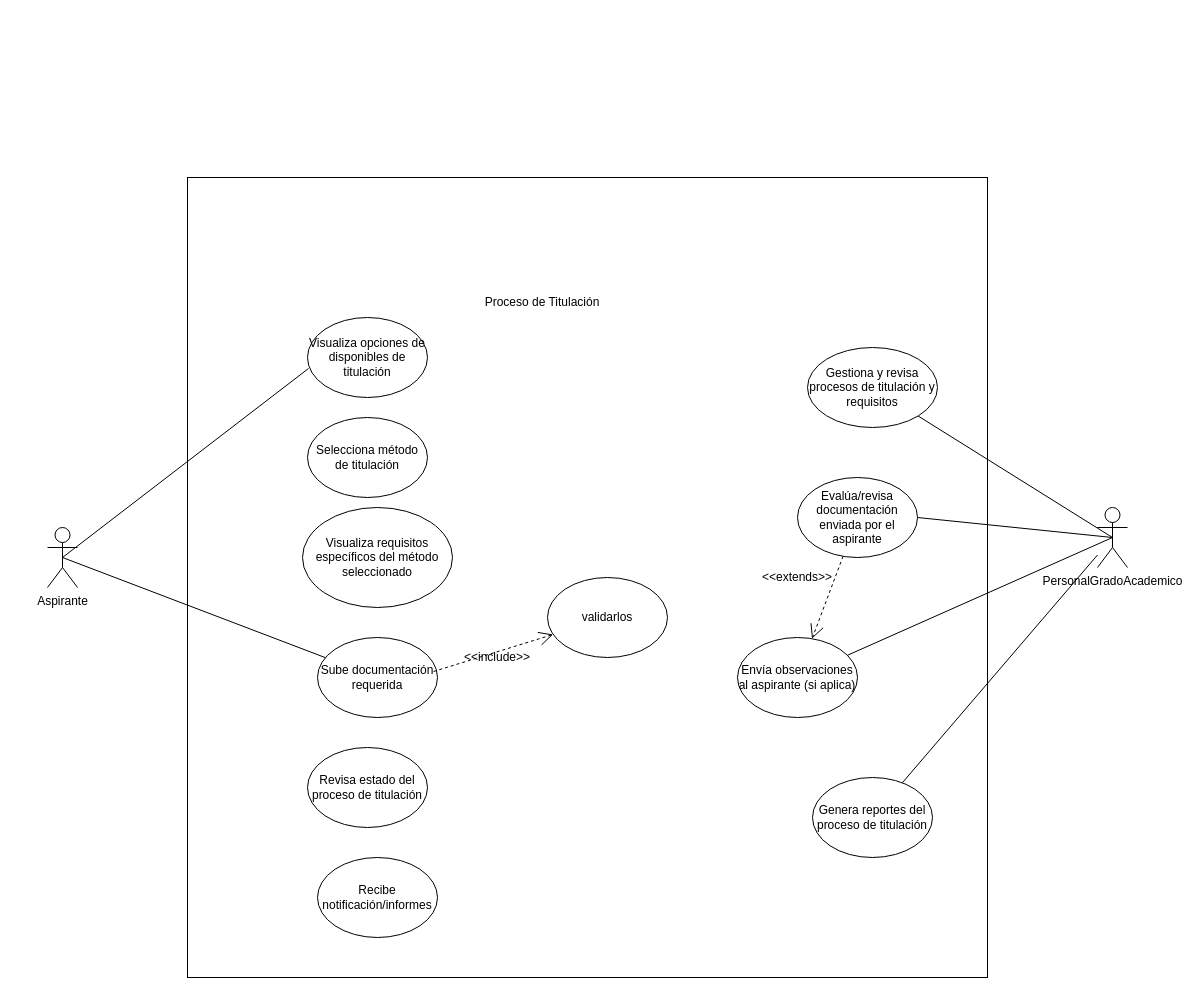
The draw.io diagram caso_uso_titulate.drawio in DrAtl30/potro_titulate, before the edit. Source tidied: cells renumbered, new cells numbered last; positions are measured from the earlier drawing's top-left corner, leaving out a move shared by most shapes. Both pictures are drawn from the tidied source at 100%, with x=0, y=0 at pixel (47, 177).
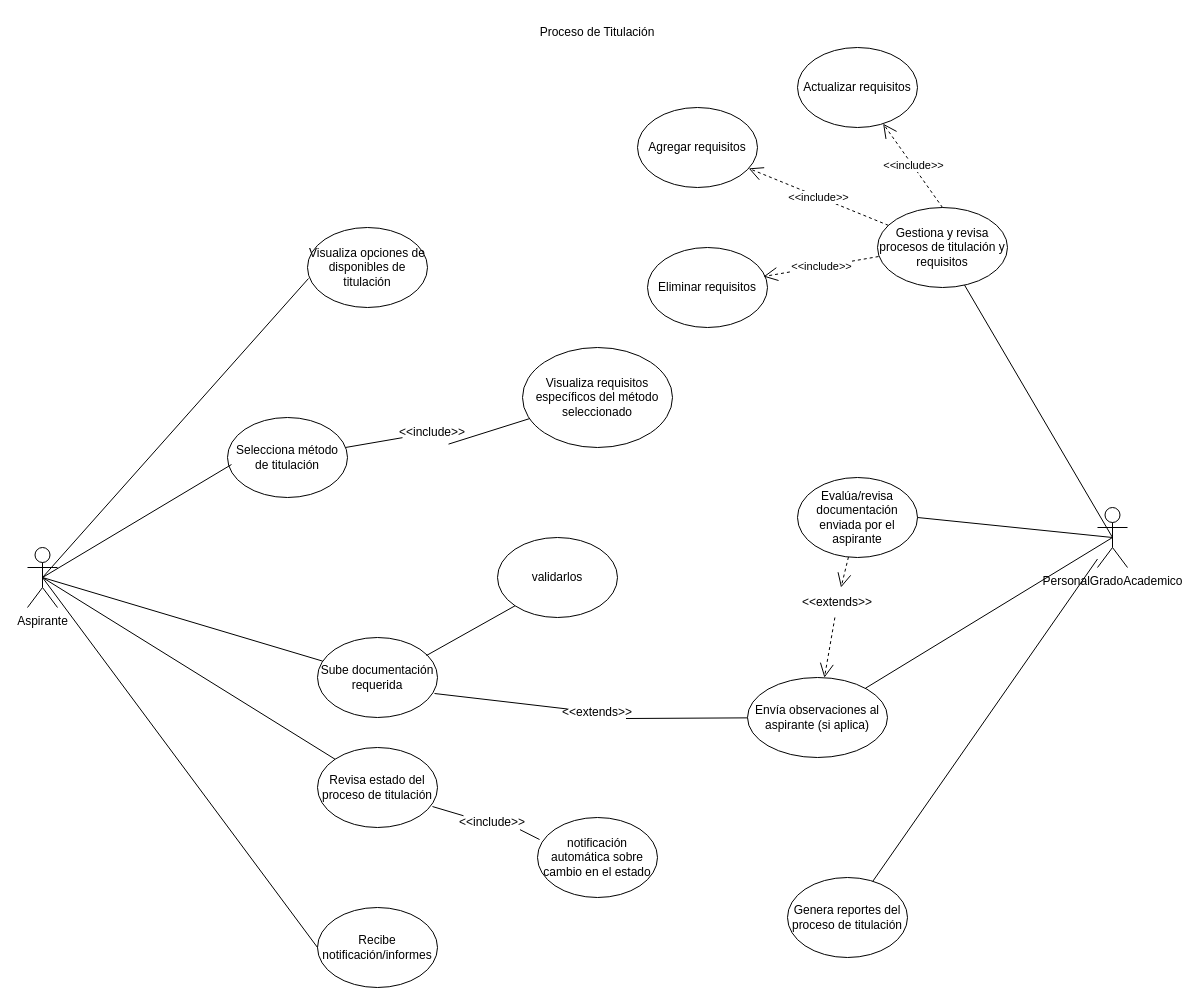
The same page after the edit.

The change refers to these unchanged cells:
```xml
<mxCell id="6" value="Sube documentación requerida" style="ellipse;whiteSpace=wrap;html=1;" parent="1" vertex="1">
  <mxGeometry x="270" y="460" width="120" height="80" as="geometry" />
</mxCell>
<mxCell id="7" value="Evalúa/revisa documentación enviada por el aspirante" style="ellipse;whiteSpace=wrap;html=1;" parent="1" vertex="1">
  <mxGeometry x="750" y="300" width="120" height="80" as="geometry" />
</mxCell>
```

The edit, as a diff of the source:
```diff
@@
     <mxCell id="2" value="Aspirante" style="shape=umlActor;verticalLabelPosition=bottom;verticalAlign=top;html=1;outlineConnect=0;" parent="1" vertex="1">
-      <mxGeometry y="350" width="30" height="60" as="geometry" />
+      <mxGeometry x="-20" y="370" width="30" height="60" as="geometry" />
     </mxCell>
@@
-    <mxCell id="4" style="whiteSpace=wrap;html=1;" parent="1" vertex="1">
-      <mxGeometry x="140" width="800" height="800" as="geometry" />
-    </mxCell>
     <mxCell id="5" value="validarlos" style="ellipse;whiteSpace=wrap;html=1;" parent="1" vertex="1">
-      <mxGeometry x="500" y="400" width="120" height="80" as="geometry" />
+      <mxGeometry x="450" y="360" width="120" height="80" as="geometry" />
     </mxCell>
@@
     <mxCell id="8" value="Gestiona y revisa procesos de titulación y requisitos" style="ellipse;whiteSpace=wrap;html=1;" parent="1" vertex="1">
-      <mxGeometry x="760" y="170" width="130" height="80" as="geometry" />
+      <mxGeometry x="830" y="30" width="130" height="80" as="geometry" />
     </mxCell>
     <mxCell id="9" value="Visualiza opciones de disponibles de titulación" style="ellipse;whiteSpace=wrap;html=1;" parent="1" vertex="1">
-      <mxGeometry x="260" y="140" width="120" height="80" as="geometry" />
+      <mxGeometry x="260" y="50" width="120" height="80" as="geometry" />
     </mxCell>
     <mxCell id="10" value="Selecciona método de titulación" style="ellipse;whiteSpace=wrap;html=1;" parent="1" vertex="1">
-      <mxGeometry x="260" y="240" width="120" height="80" as="geometry" />
+      <mxGeometry x="180" y="240" width="120" height="80" as="geometry" />
     </mxCell>
     <mxCell id="11" value="Visualiza requisitos específicos del método seleccionado" style="ellipse;whiteSpace=wrap;html=1;" parent="1" vertex="1">
-      <mxGeometry x="255" y="330" width="150" height="100" as="geometry" />
+      <mxGeometry x="475" y="170" width="150" height="100" as="geometry" />
     </mxCell>
     <mxCell id="12" value="Revisa estado del proceso de titulación" style="ellipse;whiteSpace=wrap;html=1;" parent="1" vertex="1">
-      <mxGeometry x="260" y="570" width="120" height="80" as="geometry" />
+      <mxGeometry x="270" y="570" width="120" height="80" as="geometry" />
     </mxCell>
     <mxCell id="13" value="Recibe notificación/informes" style="ellipse;whiteSpace=wrap;html=1;" parent="1" vertex="1">
-      <mxGeometry x="270" y="680" width="120" height="80" as="geometry" />
+      <mxGeometry x="270" y="730" width="120" height="80" as="geometry" />
     </mxCell>
     <mxCell id="14" value="Envía observaciones al aspirante (si aplica)" style="ellipse;whiteSpace=wrap;html=1;" parent="1" vertex="1">
-      <mxGeometry x="690" y="460" width="120" height="80" as="geometry" />
+      <mxGeometry x="700" y="500" width="140" height="80" as="geometry" />
     </mxCell>
     <mxCell id="15" value="Genera reportes del proceso de titulación" style="ellipse;whiteSpace=wrap;html=1;" parent="1" vertex="1">
-      <mxGeometry x="765" y="600" width="120" height="80" as="geometry" />
+      <mxGeometry x="740" y="700" width="120" height="80" as="geometry" />
     </mxCell>
     <mxCell id="16" value="Proceso de Titulación" style="text;html=1;align=center;verticalAlign=middle;whiteSpace=wrap;rounded=0;" parent="1" vertex="1">
-      <mxGeometry x="420" y="110" width="150" height="30" as="geometry" />
+      <mxGeometry x="475" y="-160" width="150" height="30" as="geometry" />
     </mxCell>
@@
-    <mxCell id="18" style="endArrow=open;endSize=12;dashed=1;html=1;rounded=0;exitX=0.967;exitY=0.425;exitDx=0;exitDy=0;exitPerimeter=0;" parent="1" edge="1" source="6" target="5">
-      <mxGeometry relative="1" as="geometry" />
-    </mxCell>
-    <mxCell id="19" value="&amp;lt;&amp;lt;include&amp;gt;&amp;gt;" style="text;html=1;align=center;verticalAlign=middle;whiteSpace=wrap;rounded=0;" parent="1" vertex="1">
-      <mxGeometry x="420" y="465" width="60" height="30" as="geometry" />
-    </mxCell>
@@
-    <mxCell id="21" style="endArrow=open;endSize=12;dashed=1;html=1;rounded=0;" parent="1" edge="1" source="7" target="14">
+    <mxCell id="21" style="endArrow=open;endSize=12;dashed=1;html=1;rounded=0;" parent="1" edge="1" source="22" target="14">
       <mxGeometry relative="1" as="geometry" />
     </mxCell>
-    <mxCell id="22" value="&amp;lt;&amp;lt;extends&amp;gt;&amp;gt;" style="text;html=1;align=center;verticalAlign=middle;whiteSpace=wrap;rounded=0;" parent="1" vertex="1">
-      <mxGeometry x="720" y="385" width="60" height="30" as="geometry" />
-    </mxCell>
@@
+    <mxCell id="27" style="endArrow=none;html=1;rounded=0;entryX=0.033;entryY=0.588;entryDx=0;entryDy=0;entryPerimeter=0;exitX=0.5;exitY=0.5;exitDx=0;exitDy=0;exitPerimeter=0;" parent="1" edge="1" source="2" target="10">
+      <mxGeometry relative="1" as="geometry" />
+    </mxCell>
+    <mxCell id="28" style="endArrow=none;html=1;rounded=0;entryX=0;entryY=0;entryDx=0;entryDy=0;exitX=0.5;exitY=0.5;exitDx=0;exitDy=0;exitPerimeter=0;" parent="1" edge="1" source="2" target="12">
+      <mxGeometry relative="1" as="geometry" />
+    </mxCell>
+    <mxCell id="29" style="endArrow=none;html=1;rounded=0;entryX=0;entryY=0.5;entryDx=0;entryDy=0;exitX=0.5;exitY=0.5;exitDx=0;exitDy=0;exitPerimeter=0;" parent="1" edge="1" source="2" target="13">
+      <mxGeometry relative="1" as="geometry" />
+    </mxCell>
+    <mxCell id="30" style="endArrow=none;html=1;rounded=0;" parent="1" edge="1" source="36" target="10">
+      <mxGeometry relative="1" as="geometry" />
+    </mxCell>
+    <mxCell id="31" style="endArrow=none;html=1;rounded=0;exitX=0.975;exitY=0.7;exitDx=0;exitDy=0;exitPerimeter=0;" parent="1" edge="1" source="33" target="14">
+      <mxGeometry relative="1" as="geometry" />
+    </mxCell>
+    <mxCell id="32" style="endArrow=none;html=1;rounded=0;exitX=0.975;exitY=0.7;exitDx=0;exitDy=0;exitPerimeter=0;" parent="1" edge="1" source="6" target="33">
+      <mxGeometry relative="1" as="geometry" />
+    </mxCell>
+    <mxCell id="33" value="&amp;lt;&amp;lt;extends&amp;gt;&amp;gt;" style="text;html=1;align=center;verticalAlign=middle;whiteSpace=wrap;rounded=0;" parent="1" vertex="1">
+      <mxGeometry x="520" y="520" width="60" height="30" as="geometry" />
+    </mxCell>
+    <mxCell id="34" style="endArrow=open;endSize=12;dashed=1;html=1;rounded=0;" parent="1" edge="1" source="7" target="22">
+      <mxGeometry relative="1" as="geometry" />
+    </mxCell>
+    <mxCell id="22" value="&amp;lt;&amp;lt;extends&amp;gt;&amp;gt;" style="text;html=1;align=center;verticalAlign=middle;whiteSpace=wrap;rounded=0;" parent="1" vertex="1">
+      <mxGeometry x="760" y="410" width="60" height="30" as="geometry" />
+    </mxCell>
+    <mxCell id="35" style="endArrow=none;html=1;rounded=0;entryX=0.767;entryY=0.888;entryDx=0;entryDy=0;entryPerimeter=0;" parent="1" edge="1" source="11" target="36">
+      <mxGeometry relative="1" as="geometry" />
+    </mxCell>
+    <mxCell id="36" value="&amp;lt;&amp;lt;include&amp;gt;&amp;gt;" style="text;html=1;align=center;verticalAlign=middle;whiteSpace=wrap;rounded=0;" parent="1" vertex="1">
+      <mxGeometry x="355" y="240" width="60" height="30" as="geometry" />
+    </mxCell>
+    <mxCell id="37" value="notificación automática sobre cambio en el estado " style="ellipse;whiteSpace=wrap;html=1;" parent="1" vertex="1">
+      <mxGeometry x="490" y="640" width="120" height="80" as="geometry" />
+    </mxCell>
+    <mxCell id="38" style="endArrow=none;html=1;rounded=0;entryX=0.017;entryY=0.275;entryDx=0;entryDy=0;entryPerimeter=0;exitX=0.958;exitY=0.738;exitDx=0;exitDy=0;exitPerimeter=0;" parent="1" edge="1" source="40" target="37">
+      <mxGeometry relative="1" as="geometry" />
+    </mxCell>
+    <mxCell id="39" style="endArrow=none;html=1;rounded=0;entryX=0.017;entryY=0.275;entryDx=0;entryDy=0;entryPerimeter=0;exitX=0.958;exitY=0.738;exitDx=0;exitDy=0;exitPerimeter=0;" parent="1" edge="1" source="12" target="40">
+      <mxGeometry relative="1" as="geometry" />
+    </mxCell>
+    <mxCell id="40" value="&amp;lt;&amp;lt;include&amp;gt;&amp;gt;" style="text;html=1;align=center;verticalAlign=middle;whiteSpace=wrap;rounded=0;" parent="1" vertex="1">
+      <mxGeometry x="415" y="630" width="60" height="30" as="geometry" />
+    </mxCell>
+    <mxCell id="18" style="endArrow=none;html=1;rounded=0;exitX=0.908;exitY=0.225;exitDx=0;exitDy=0;exitPerimeter=0;entryX=0;entryY=1;entryDx=0;entryDy=0;" parent="1" edge="1" source="6" target="5">
+      <mxGeometry relative="1" as="geometry" />
+    </mxCell>
+    <mxCell id="41" value="Eliminar requisitos" style="ellipse;whiteSpace=wrap;html=1;" parent="1" vertex="1">
+      <mxGeometry x="600" y="70" width="120" height="80" as="geometry" />
+    </mxCell>
+    <mxCell id="42" value="Agregar requisitos" style="ellipse;whiteSpace=wrap;html=1;" parent="1" vertex="1">
+      <mxGeometry x="590" y="-70" width="120" height="80" as="geometry" />
+    </mxCell>
+    <mxCell id="43" value="Actualizar requisitos" style="ellipse;whiteSpace=wrap;html=1;" parent="1" vertex="1">
+      <mxGeometry x="750" y="-130" width="120" height="80" as="geometry" />
+    </mxCell>
+    <mxCell id="44" value="&amp;lt;&amp;lt;include&amp;gt;&amp;gt;" style="endArrow=open;endSize=12;dashed=1;html=1;rounded=0;entryX=0.967;entryY=0.363;entryDx=0;entryDy=0;entryPerimeter=0;exitX=0.008;exitY=0.613;exitDx=0;exitDy=0;exitPerimeter=0;" parent="1" edge="1" source="8" target="41">
+      <mxGeometry relative="1" as="geometry" />
+    </mxCell>
+    <mxCell id="45" value="&amp;lt;&amp;lt;include&amp;gt;&amp;gt;" style="endArrow=open;endSize=12;dashed=1;html=1;rounded=0;" parent="1" edge="1" source="8" target="42">
+      <mxGeometry relative="1" as="geometry" />
+    </mxCell>
+    <mxCell id="46" value="&amp;lt;&amp;lt;include&amp;gt;&amp;gt;" style="endArrow=open;endSize=12;dashed=1;html=1;rounded=0;exitX=0.5;exitY=0;exitDx=0;exitDy=0;" parent="1" edge="1" source="8" target="43">
+      <mxGeometry relative="1" as="geometry" />
+    </mxCell>
```
